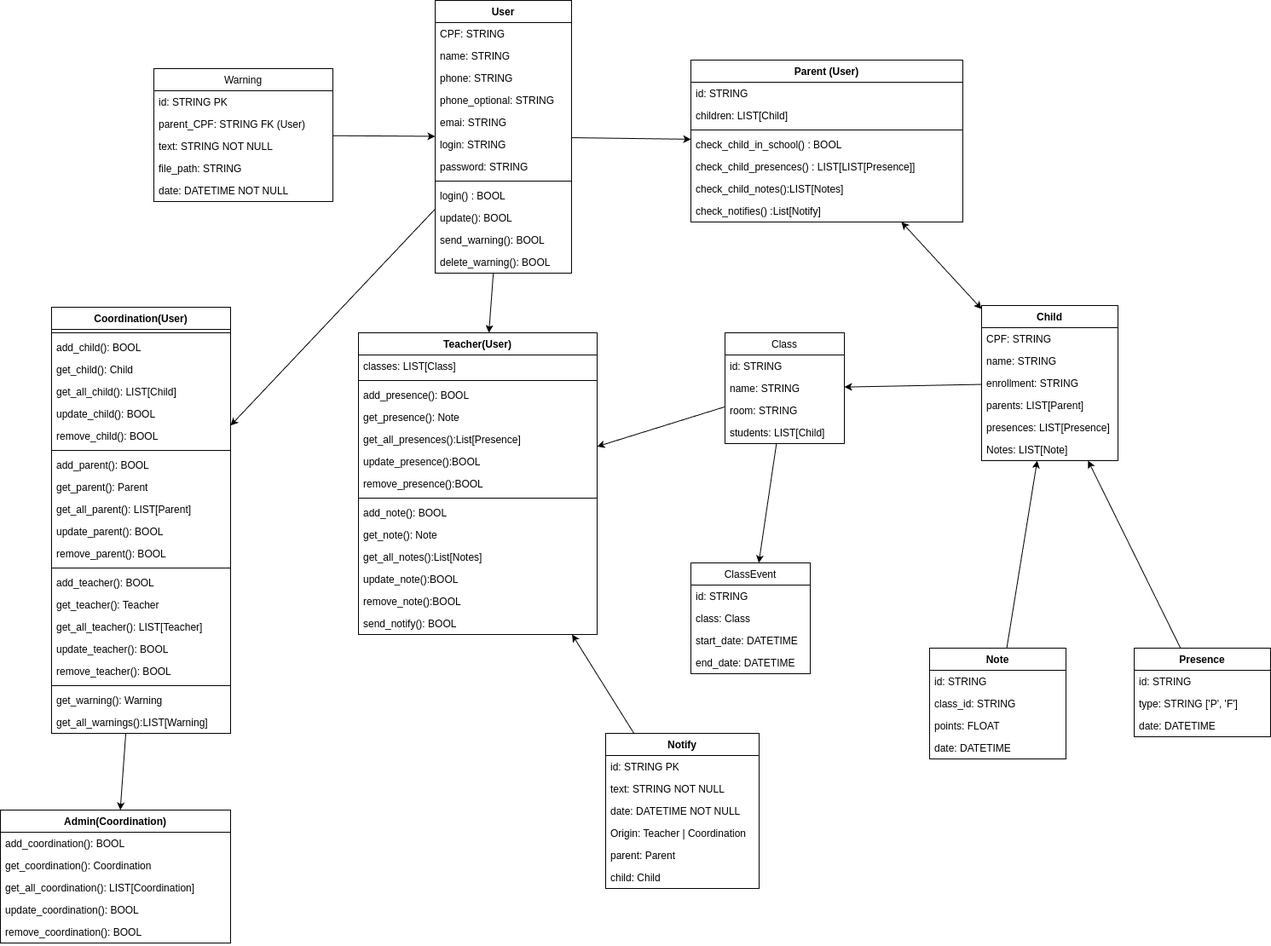
mauriciobenjamin700/SMEIF keeps this draw.io diagram as docs/images/class.png. Above is the earlier version. Source tidied: cells renumbered, new cells last; positions are measured from the earlier drawing's top-left corner, leaving out a move shared by most shapes.
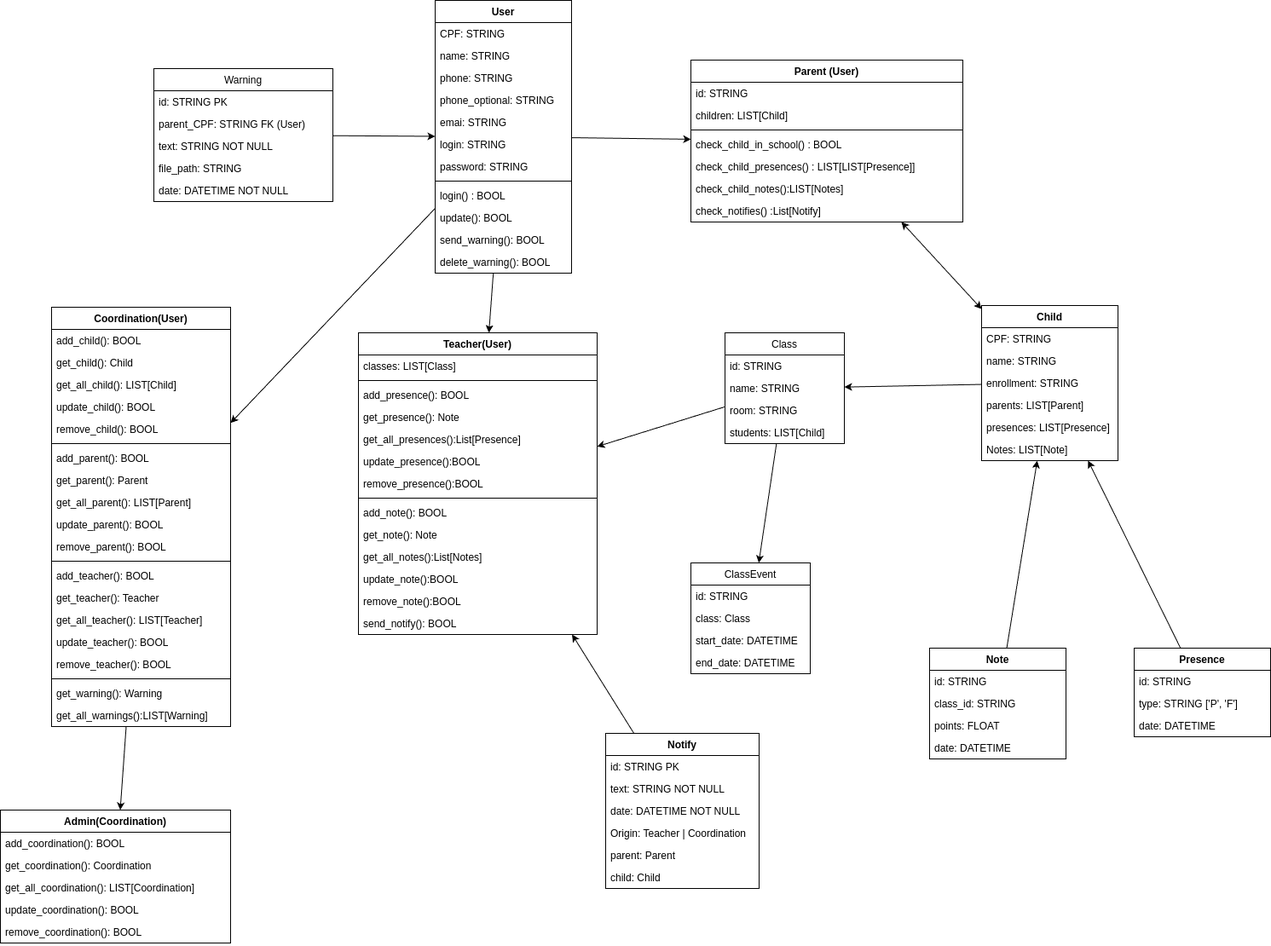
After the commit.

Change to the diagram source:
```diff
@@ -120,70 +120,67 @@
       <mxGeometry relative="1" as="geometry" />
     </mxCell>
     <mxCell id="41" value="Coordination(User)" style="swimlane;fontStyle=1;align=center;verticalAlign=top;horizontal=1;startSize=26;" parent="1" vertex="1">
-      <mxGeometry x="60" y="360" width="210" height="500" as="geometry" />
+      <mxGeometry x="60" y="360" width="210" height="492" as="geometry" />
     </mxCell>
-    <mxCell id="42" style="line;strokeWidth=1;fillColor=none;align=left;verticalAlign=middle;spacingTop=-1;spacingLeft=3;spacingRight=3;labelPosition=right;strokeColor=inherit;" parent="41" vertex="1">
-      <mxGeometry y="26" width="210" height="8" as="geometry" />
-    </mxCell>
     <mxCell id="43" value="add_child(): BOOL" style="text;strokeColor=none;fillColor=none;align=left;verticalAlign=top;spacingLeft=4;spacingRight=4;overflow=hidden;" parent="41" vertex="1">
-      <mxGeometry y="34" width="210" height="26" as="geometry" />
+      <mxGeometry y="26" width="210" height="26" as="geometry" />
     </mxCell>
     <mxCell id="44" value="get_child(): Child" style="text;strokeColor=none;fillColor=none;align=left;verticalAlign=top;spacingLeft=4;spacingRight=4;overflow=hidden;" parent="41" vertex="1">
-      <mxGeometry y="60" width="210" height="26" as="geometry" />
+      <mxGeometry y="52" width="210" height="26" as="geometry" />
     </mxCell>
     <mxCell id="45" value="get_all_child(): LIST[Child]" style="text;strokeColor=none;fillColor=none;align=left;verticalAlign=top;spacingLeft=4;spacingRight=4;overflow=hidden;" parent="41" vertex="1">
-      <mxGeometry y="86" width="210" height="26" as="geometry" />
+      <mxGeometry y="78" width="210" height="26" as="geometry" />
     </mxCell>
     <mxCell id="46" value="update_child(): BOOL" style="text;strokeColor=none;fillColor=none;align=left;verticalAlign=top;spacingLeft=4;spacingRight=4;overflow=hidden;" parent="41" vertex="1">
-      <mxGeometry y="112" width="210" height="26" as="geometry" />
+      <mxGeometry y="104" width="210" height="26" as="geometry" />
     </mxCell>
     <mxCell id="47" value="remove_child(): BOOL" style="text;strokeColor=none;fillColor=none;align=left;verticalAlign=top;spacingLeft=4;spacingRight=4;overflow=hidden;" parent="41" vertex="1">
-      <mxGeometry y="138" width="210" height="26" as="geometry" />
+      <mxGeometry y="130" width="210" height="26" as="geometry" />
     </mxCell>
     <mxCell id="48" style="line;strokeWidth=1;fillColor=none;align=left;verticalAlign=middle;spacingTop=-1;spacingLeft=3;spacingRight=3;labelPosition=right;strokeColor=inherit;" parent="41" vertex="1">
-      <mxGeometry y="164" width="210" height="8" as="geometry" />
+      <mxGeometry y="156" width="210" height="8" as="geometry" />
     </mxCell>
     <mxCell id="49" value="add_parent(): BOOL" style="text;strokeColor=none;fillColor=none;align=left;verticalAlign=top;spacingLeft=4;spacingRight=4;overflow=hidden;" parent="41" vertex="1">
-      <mxGeometry y="172" width="210" height="26" as="geometry" />
+      <mxGeometry y="164" width="210" height="26" as="geometry" />
     </mxCell>
     <mxCell id="50" value="get_parent(): Parent" style="text;strokeColor=none;fillColor=none;align=left;verticalAlign=top;spacingLeft=4;spacingRight=4;overflow=hidden;" parent="41" vertex="1">
-      <mxGeometry y="198" width="210" height="26" as="geometry" />
+      <mxGeometry y="190" width="210" height="26" as="geometry" />
     </mxCell>
     <mxCell id="51" value="get_all_parent(): LIST[Parent]" style="text;strokeColor=none;fillColor=none;align=left;verticalAlign=top;spacingLeft=4;spacingRight=4;overflow=hidden;" parent="41" vertex="1">
-      <mxGeometry y="224" width="210" height="26" as="geometry" />
+      <mxGeometry y="216" width="210" height="26" as="geometry" />
     </mxCell>
     <mxCell id="52" value="update_parent(): BOOL" style="text;strokeColor=none;fillColor=none;align=left;verticalAlign=top;spacingLeft=4;spacingRight=4;overflow=hidden;" parent="41" vertex="1">
-      <mxGeometry y="250" width="210" height="26" as="geometry" />
+      <mxGeometry y="242" width="210" height="26" as="geometry" />
     </mxCell>
     <mxCell id="53" value="remove_parent(): BOOL" style="text;strokeColor=none;fillColor=none;align=left;verticalAlign=top;spacingLeft=4;spacingRight=4;overflow=hidden;" parent="41" vertex="1">
-      <mxGeometry y="276" width="210" height="26" as="geometry" />
+      <mxGeometry y="268" width="210" height="26" as="geometry" />
     </mxCell>
     <mxCell id="54" style="line;strokeWidth=1;fillColor=none;align=left;verticalAlign=middle;spacingTop=-1;spacingLeft=3;spacingRight=3;labelPosition=right;strokeColor=inherit;" parent="41" vertex="1">
-      <mxGeometry y="302" width="210" height="8" as="geometry" />
+      <mxGeometry y="294" width="210" height="8" as="geometry" />
     </mxCell>
     <mxCell id="55" value="add_teacher(): BOOL" style="text;strokeColor=none;fillColor=none;align=left;verticalAlign=top;spacingLeft=4;spacingRight=4;overflow=hidden;" parent="41" vertex="1">
-      <mxGeometry y="310" width="210" height="26" as="geometry" />
+      <mxGeometry y="302" width="210" height="26" as="geometry" />
     </mxCell>
     <mxCell id="56" value="get_teacher(): Teacher" style="text;strokeColor=none;fillColor=none;align=left;verticalAlign=top;spacingLeft=4;spacingRight=4;overflow=hidden;" parent="41" vertex="1">
-      <mxGeometry y="336" width="210" height="26" as="geometry" />
+      <mxGeometry y="328" width="210" height="26" as="geometry" />
     </mxCell>
     <mxCell id="57" value="get_all_teacher(): LIST[Teacher]" style="text;strokeColor=none;fillColor=none;align=left;verticalAlign=top;spacingLeft=4;spacingRight=4;overflow=hidden;" parent="41" vertex="1">
-      <mxGeometry y="362" width="210" height="26" as="geometry" />
+      <mxGeometry y="354" width="210" height="26" as="geometry" />
     </mxCell>
     <mxCell id="58" value="update_teacher(): BOOL" style="text;strokeColor=none;fillColor=none;align=left;verticalAlign=top;spacingLeft=4;spacingRight=4;overflow=hidden;" parent="41" vertex="1">
-      <mxGeometry y="388" width="210" height="26" as="geometry" />
+      <mxGeometry y="380" width="210" height="26" as="geometry" />
     </mxCell>
     <mxCell id="59" value="remove_teacher(): BOOL" style="text;strokeColor=none;fillColor=none;align=left;verticalAlign=top;spacingLeft=4;spacingRight=4;overflow=hidden;" parent="41" vertex="1">
-      <mxGeometry y="414" width="210" height="26" as="geometry" />
+      <mxGeometry y="406" width="210" height="26" as="geometry" />
     </mxCell>
     <mxCell id="60" style="line;strokeWidth=1;fillColor=none;align=left;verticalAlign=middle;spacingTop=-1;spacingLeft=3;spacingRight=3;labelPosition=right;strokeColor=inherit;" parent="41" vertex="1">
-      <mxGeometry y="440" width="210" height="8" as="geometry" />
+      <mxGeometry y="432" width="210" height="8" as="geometry" />
     </mxCell>
     <mxCell id="61" value="get_warning(): Warning" style="text;strokeColor=none;fillColor=none;align=left;verticalAlign=top;spacingLeft=4;spacingRight=4;overflow=hidden;" parent="41" vertex="1">
-      <mxGeometry y="448" width="210" height="26" as="geometry" />
+      <mxGeometry y="440" width="210" height="26" as="geometry" />
     </mxCell>
     <mxCell id="62" value="get_all_warnings():LIST[Warning]" style="text;strokeColor=none;fillColor=none;align=left;verticalAlign=top;spacingLeft=4;spacingRight=4;overflow=hidden;" parent="41" vertex="1">
-      <mxGeometry y="474" width="210" height="26" as="geometry" />
+      <mxGeometry y="466" width="210" height="26" as="geometry" />
     </mxCell>
     <mxCell id="63" value="Admin(Coordination)" style="swimlane;fontStyle=1;align=center;verticalAlign=top;horizontal=1;startSize=26;" parent="1" vertex="1">
       <mxGeometry y="950" width="270" height="156" as="geometry" />
```
